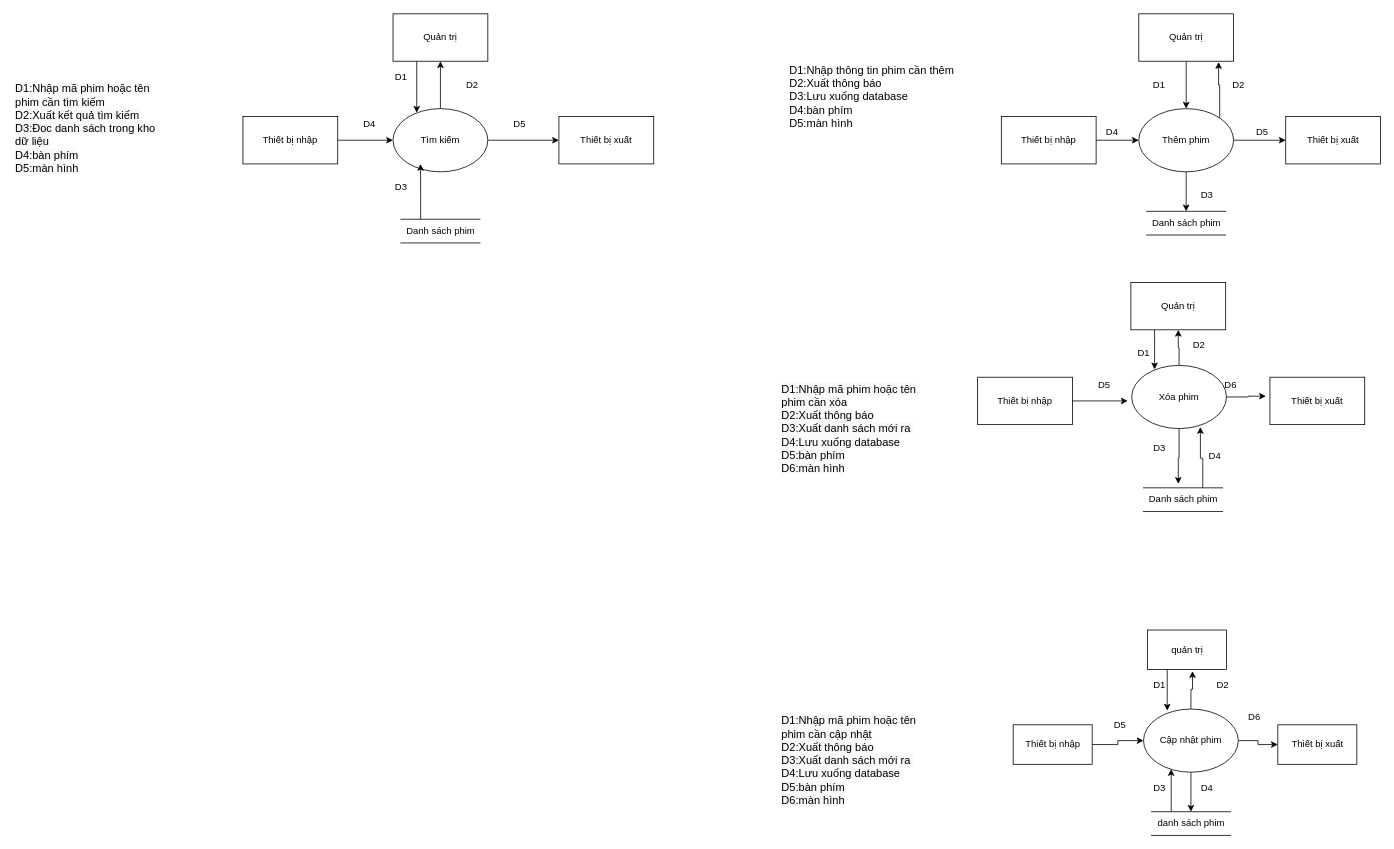
Before: page "Page-2" (2 of 2) of Diagrams/Sơ đồ DFD của QL Phim/Nhu-SoDoDFD.drawio in Raynor-legend/Cinema, a draw.io diagram. Source tidied: cells renumbered, new cells numbered last; positions are measured from the earlier drawing's top-left corner, leaving out a move shared by most shapes. Both pictures are drawn from the tidied source at 79%, with x=0, y=0 at pixel (13, 13).
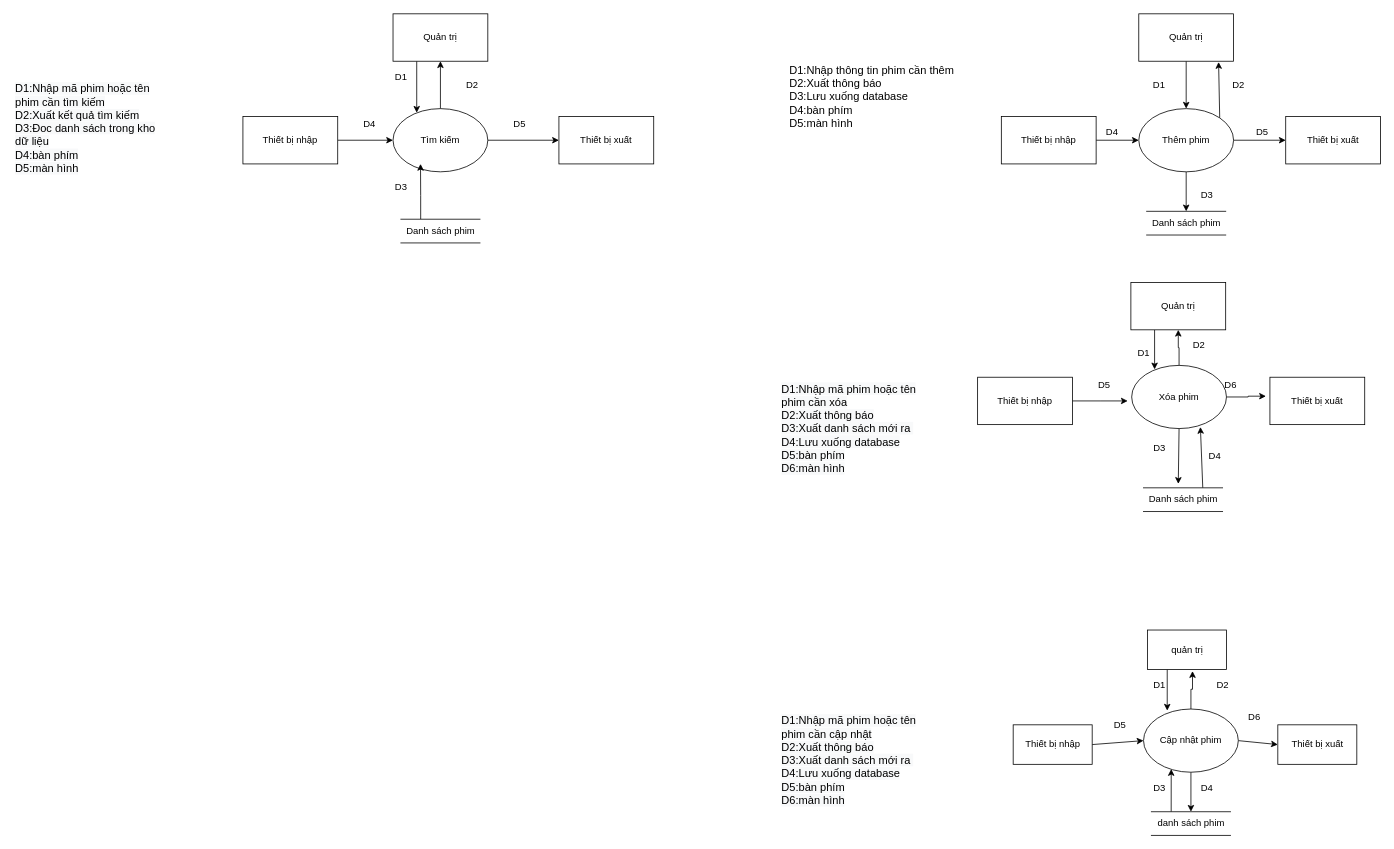
Above is the later version.

Unchanged cells that the change refers to:
```xml
<mxCell id="5" value="Thêm phim" style="ellipse;whiteSpace=wrap;html=1;" parent="1" vertex="1">
  <mxGeometry x="1424" y="120" width="120" height="80" as="geometry" />
</mxCell>
<mxCell id="7" value="Quản trị" style="rounded=0;whiteSpace=wrap;html=1;" parent="1" vertex="1">
  <mxGeometry x="1424" width="120" height="60" as="geometry" />
</mxCell>
<mxCell id="21" value="Xóa phim" style="ellipse;whiteSpace=wrap;html=1;" parent="1" vertex="1">
  <mxGeometry x="1415" y="445" width="120" height="80" as="geometry" />
</mxCell>
<mxCell id="28" value="Danh sách phim" style="html=1;dashed=0;whitespace=wrap;shape=partialRectangle;right=0;left=0;" parent="1" vertex="1">
  <mxGeometry x="1430" y="600" width="100" height="30" as="geometry" />
</mxCell>
<mxCell id="39" value="Cập nhật phim" style="ellipse;whiteSpace=wrap;html=1;" parent="1" vertex="1">
  <mxGeometry x="1430" y="880" width="120" height="80" as="geometry" />
</mxCell>
<mxCell id="41" value="Thiết bị nhập" style="html=1;dashed=0;whitespace=wrap;" parent="1" vertex="1">
  <mxGeometry x="1265" y="900" width="100" height="50" as="geometry" />
</mxCell>
<mxCell id="42" value="Thiết bị xuất" style="html=1;dashed=0;whitespace=wrap;" parent="1" vertex="1">
  <mxGeometry x="1600" y="900" width="100" height="50" as="geometry" />
</mxCell>
```

Change to the diagram source:
```diff
@@
-    <mxCell id="4" style="edgeStyle=orthogonalEdgeStyle;rounded=0;jettySize=auto;html=1;exitX=1;exitY=0;exitDx=0;exitDy=0;entryX=0.842;entryY=1.017;entryDx=0;entryDy=0;entryPerimeter=0;" parent="1" edge="1" source="5" target="7">
+    <mxCell id="4" style="rounded=0;jettySize=auto;html=1;exitX=1;exitY=0;exitDx=0;exitDy=0;entryX=0.842;entryY=1.017;entryDx=0;entryDy=0;entryPerimeter=0;" parent="1" edge="1" source="5" target="7">
       <mxGeometry relative="1" as="geometry" />
     </mxCell>
@@
-    <mxCell id="20" style="edgeStyle=orthogonalEdgeStyle;rounded=0;jettySize=auto;html=1;exitX=0.5;exitY=1;exitDx=0;exitDy=0;entryX=0.44;entryY=-0.167;entryDx=0;entryDy=0;entryPerimeter=0;" parent="1" edge="1" source="21" target="28">
+    <mxCell id="20" style="rounded=0;jettySize=auto;html=1;exitX=0.5;exitY=1;exitDx=0;exitDy=0;entryX=0.44;entryY=-0.167;entryDx=0;entryDy=0;entryPerimeter=0;" parent="1" edge="1" source="21" target="28">
       <mxGeometry relative="1" as="geometry" />
     </mxCell>
@@
-    <mxCell id="27" style="edgeStyle=orthogonalEdgeStyle;rounded=0;jettySize=auto;html=1;exitX=0.75;exitY=0;exitDx=0;exitDy=0;entryX=0.725;entryY=0.975;entryDx=0;entryDy=0;entryPerimeter=0;" parent="1" edge="1" source="28" target="21">
+    <mxCell id="27" style="rounded=0;jettySize=auto;html=1;exitX=0.75;exitY=0;exitDx=0;exitDy=0;entryX=0.725;entryY=0.975;entryDx=0;entryDy=0;entryPerimeter=0;" parent="1" edge="1" source="28" target="21">
       <mxGeometry relative="1" as="geometry" />
     </mxCell>
@@
-    <mxCell id="37" style="edgeStyle=orthogonalEdgeStyle;rounded=0;jettySize=auto;html=1;exitX=1;exitY=0.5;exitDx=0;exitDy=0;entryX=0;entryY=0.5;entryDx=0;entryDy=0;" parent="1" edge="1" source="39" target="42">
+    <mxCell id="37" style="rounded=0;jettySize=auto;html=1;exitX=1;exitY=0.5;exitDx=0;exitDy=0;entryX=0;entryY=0.5;entryDx=0;entryDy=0;" parent="1" edge="1" source="39" target="42">
       <mxGeometry relative="1" as="geometry" />
     </mxCell>
@@
-    <mxCell id="40" style="edgeStyle=orthogonalEdgeStyle;rounded=0;jettySize=auto;html=1;exitX=1;exitY=0.5;exitDx=0;exitDy=0;entryX=0;entryY=0.5;entryDx=0;entryDy=0;" parent="1" edge="1" source="41" target="39">
+    <mxCell id="40" style="rounded=0;jettySize=auto;html=1;exitX=1;exitY=0.5;exitDx=0;exitDy=0;entryX=0;entryY=0.5;entryDx=0;entryDy=0;" parent="1" edge="1" source="41" target="39">
       <mxGeometry relative="1" as="geometry" />
     </mxCell>
```
